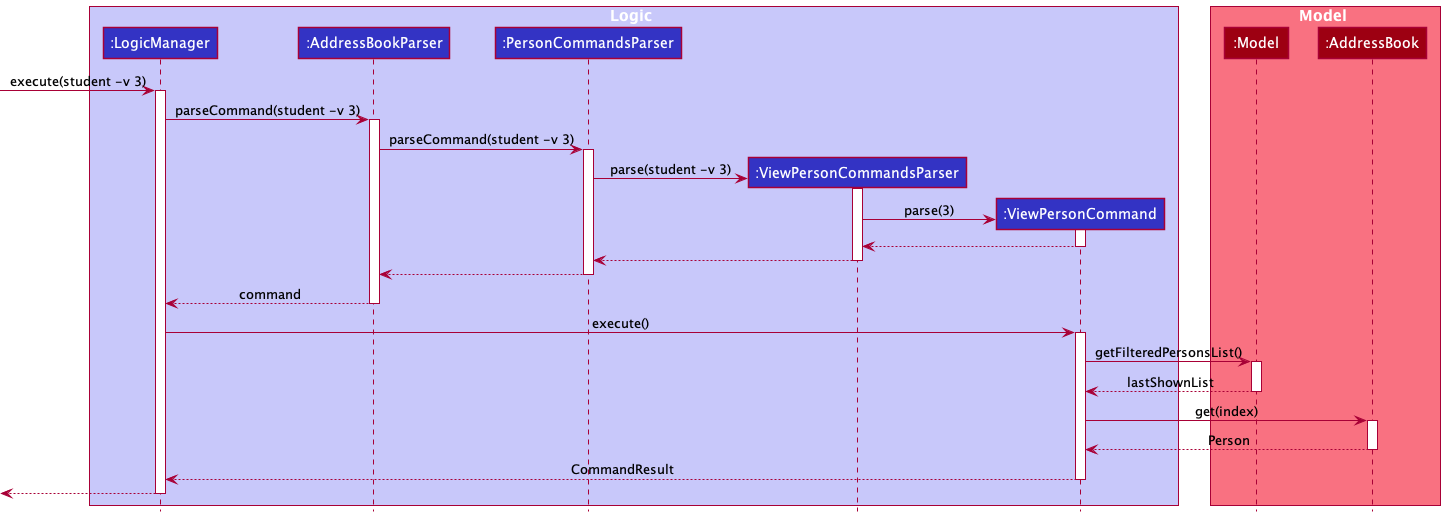
nus-cs2103-AY2122S1/tp keeps this PlantUML diagram as docs/images/ViewStudentDiagram.png. Above is the earlier version. Its diagram source:
```plantuml
@startuml
!include style.puml

box Logic LOGIC_COLOR_T1
participant ":LogicManager" as LogicManager LOGIC_COLOR
participant ":AddressBookParser" as AddressBookParser LOGIC_COLOR
participant ":PersonCommandsParser" as PersonCommandsParser LOGIC_COLOR
participant ":ViewPersonCommandsParser" as ViewPersonCommandsParser LOGIC_COLOR
participant ":ViewPersonCommand" as ViewPersonCommand LOGIC_COLOR
end box

box Model MODEL_COLOR_T1
participant ":Model" as Model MODEL_COLOR
participant ":AddressBook" as AddressBook MODEL_COLOR
end box

[-> LogicManager : execute(student -v 3)
activate LogicManager

LogicManager -> AddressBookParser : parseCommand(student -v 3)
activate AddressBookParser

AddressBookParser ->  PersonCommandsParser : parseCommand(student -v 3)
activate PersonCommandsParser

create ViewPersonCommandsParser
PersonCommandsParser -> ViewPersonCommandsParser : parse(student -v 3)
activate ViewPersonCommandsParser

create ViewPersonCommand
ViewPersonCommandsParser -> ViewPersonCommand : parse(3)
activate ViewPersonCommand

ViewPersonCommand --> ViewPersonCommandsParser
deactivate ViewPersonCommand

ViewPersonCommandsParser --> PersonCommandsParser
deactivate ViewPersonCommandsParser

PersonCommandsParser --> AddressBookParser
deactivate PersonCommandsParser

AddressBookParser --> LogicManager : command
deactivate AddressBookParser



LogicManager -> ViewPersonCommand : execute()
activate ViewPersonCommand

ViewPersonCommand -> Model : getFilteredPersonsList()
activate Model

Model --> ViewPersonCommand : lastShownList
deactivate Model

ViewPersonCommand -> AddressBook : get(index)
activate AddressBook

AddressBook --> ViewPersonCommand : Person
deactivate AddressBook

ViewPersonCommand --> LogicManager : CommandResult
deactivate ViewPersonCommand

[<-- LogicManager
deactivate LogicManager

@enduml
```
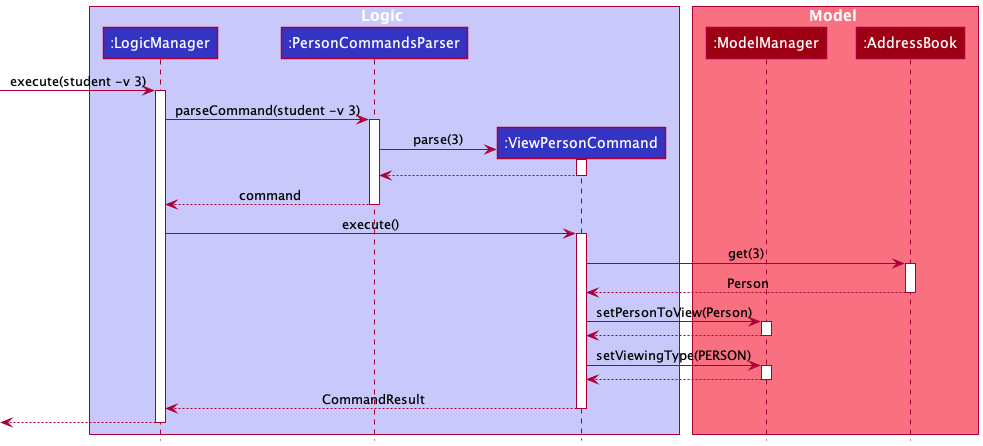
After the change.

The edit, as a diff of the source:
```diff
@@ -3,62 +3,66 @@
 
 box Logic LOGIC_COLOR_T1
 participant ":LogicManager" as LogicManager LOGIC_COLOR
-participant ":AddressBookParser" as AddressBookParser LOGIC_COLOR
 participant ":PersonCommandsParser" as PersonCommandsParser LOGIC_COLOR
-participant ":ViewPersonCommandsParser" as ViewPersonCommandsParser LOGIC_COLOR
 participant ":ViewPersonCommand" as ViewPersonCommand LOGIC_COLOR
 end box
 
 box Model MODEL_COLOR_T1
-participant ":Model" as Model MODEL_COLOR
+participant ":ModelManager" as ModelManager MODEL_COLOR
 participant ":AddressBook" as AddressBook MODEL_COLOR
 end box
 
 [-> LogicManager : execute(student -v 3)
 activate LogicManager
 
-LogicManager -> AddressBookParser : parseCommand(student -v 3)
-activate AddressBookParser
-
-AddressBookParser ->  PersonCommandsParser : parseCommand(student -v 3)
+LogicManager -> PersonCommandsParser : parseCommand(student -v 3)
 activate PersonCommandsParser
 
-create ViewPersonCommandsParser
-PersonCommandsParser -> ViewPersonCommandsParser : parse(student -v 3)
-activate ViewPersonCommandsParser
-
 create ViewPersonCommand
-ViewPersonCommandsParser -> ViewPersonCommand : parse(3)
+PersonCommandsParser -> ViewPersonCommand : parse(3)
 activate ViewPersonCommand
 
-ViewPersonCommand --> ViewPersonCommandsParser
+
+
+ViewPersonCommand --> PersonCommandsParser
 deactivate ViewPersonCommand
 
-ViewPersonCommandsParser --> PersonCommandsParser
-deactivate ViewPersonCommandsParser
-
-PersonCommandsParser --> AddressBookParser
+PersonCommandsParser --> LogicManager : command
 deactivate PersonCommandsParser
 
-AddressBookParser --> LogicManager : command
-deactivate AddressBookParser
 
 
 
 LogicManager -> ViewPersonCommand : execute()
 activate ViewPersonCommand
 
-ViewPersonCommand -> Model : getFilteredPersonsList()
-activate Model
 
-Model --> ViewPersonCommand : lastShownList
-deactivate Model
 
-ViewPersonCommand -> AddressBook : get(index)
+ViewPersonCommand -> AddressBook : get(3)
 activate AddressBook
+
 
 AddressBook --> ViewPersonCommand : Person
 deactivate AddressBook
+
+
+
+ViewPersonCommand -> ModelManager : setPersonToView(Person)
+activate ModelManager
+
+ModelManager --> ViewPersonCommand
+deactivate ModelManager
+
+
+ViewPersonCommand -> ModelManager : setViewingType(PERSON)
+activate ModelManager
+
+ModelManager --> ViewPersonCommand
+deactivate ModelManager
+
+
+
+
 
 ViewPersonCommand --> LogicManager : CommandResult
 deactivate ViewPersonCommand
```
